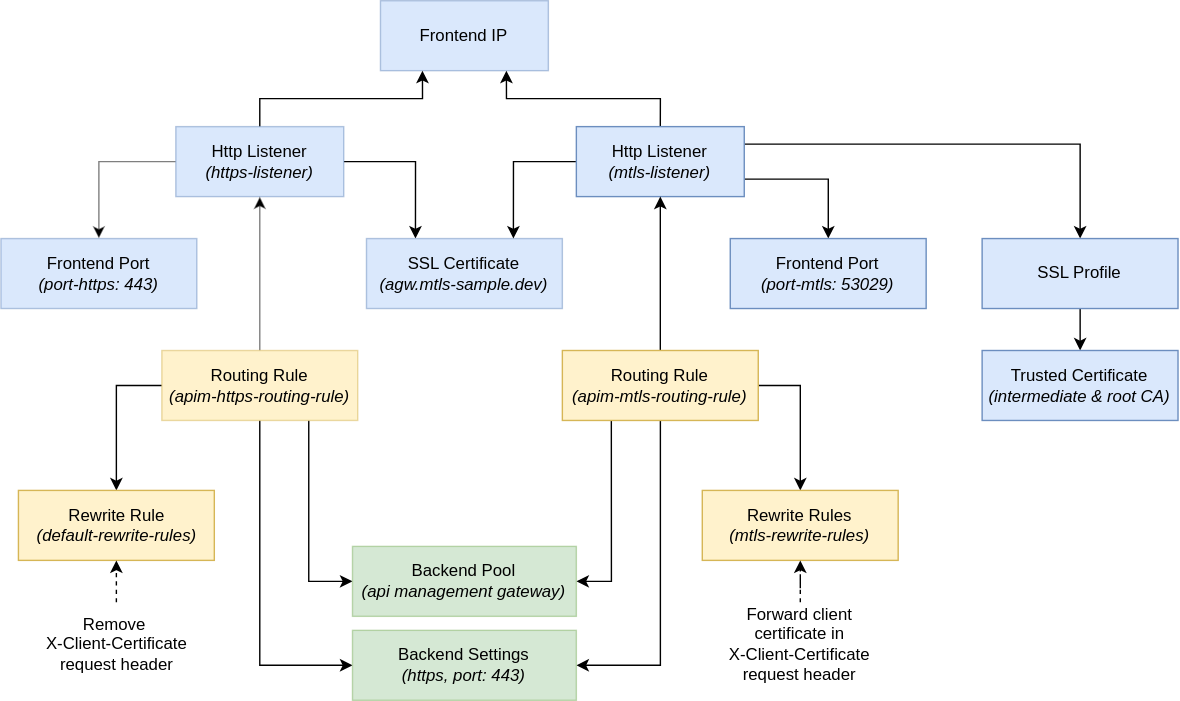
Before: images/diagrams-scenario2-agw-setup.drawio.svg, a diagram exported from draw.io (ronaldbosma/mtls-with-apim-and-agw). Source tidied: cells renumbered, new cells last; positions are measured from the earlier drawing's top-left corner, leaving out a move shared by most shapes.
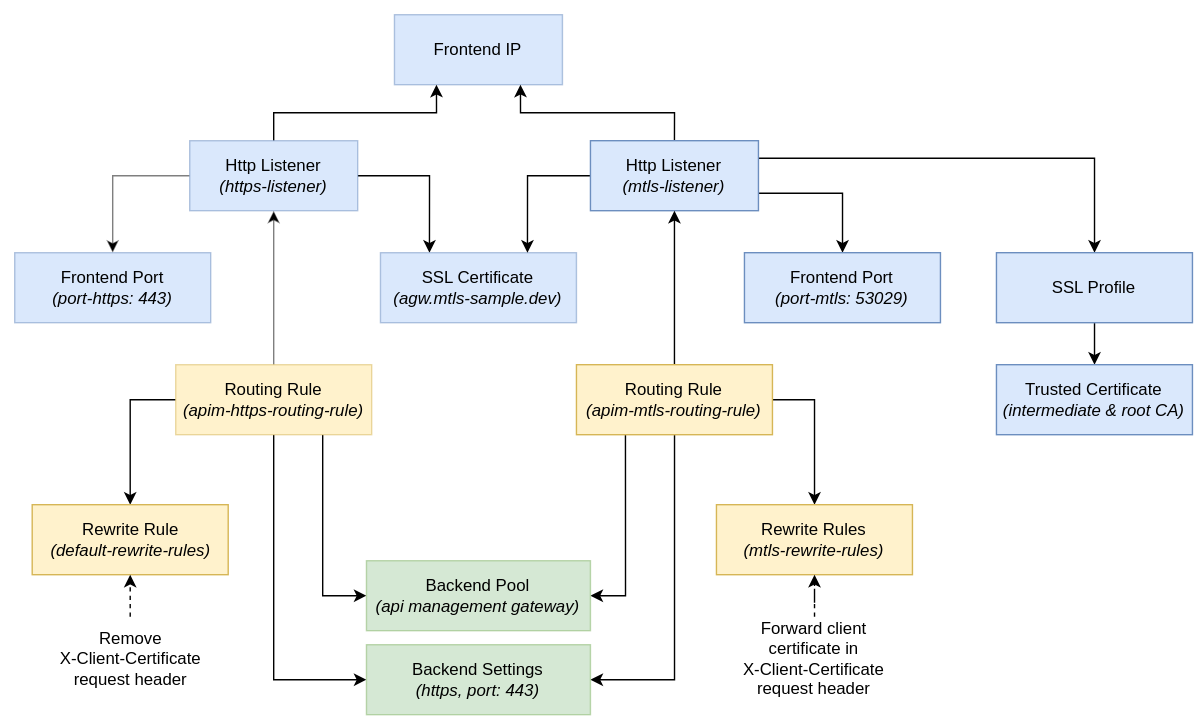
The same file after the commit.

Commit message:
Add background to agw setup diagram

What changed in the source:
```diff
@@ -2,6 +2,9 @@
   <root>
     <mxCell id="0" />
     <mxCell id="1" parent="0" />
+    <mxCell id="36" style="rounded=0;whiteSpace=wrap;html=1;strokeColor=none;" parent="1" vertex="1">
+      <mxGeometry x="-10" y="-10" width="860" height="520" as="geometry" />
+    </mxCell>
     <mxCell id="2" value="Frontend IP" style="rounded=0;whiteSpace=wrap;html=1;fillColor=#dae8fc;strokeColor=#6c8ebf;fillOpacity=100;strokeOpacity=50;align=center;verticalAlign=middle;fontFamily=Helvetica;fontSize=12;" parent="1" vertex="1">
       <mxGeometry x="271.2" width="120" height="50" as="geometry" />
     </mxCell>
```
